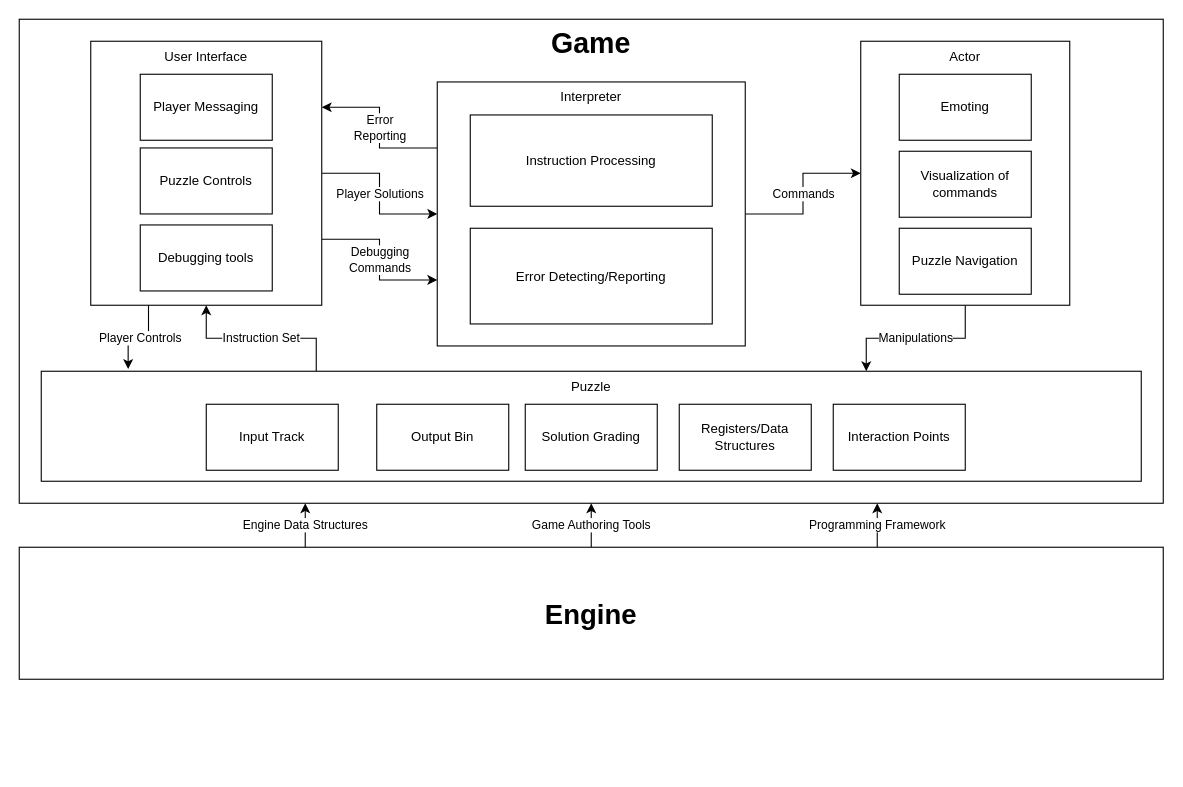
cop4934-fall19-group32/ComputronDocs keeps this draw.io diagram as figures/Diagrams/SystemDiagram.drawio. Above is the earlier version. Source tidied: cells renumbered, new cells numbered last; positions are measured from the earlier drawing's top-left corner, leaving out a move shared by most shapes. Both pictures are drawn from the tidied source at 110%, with x=0, y=0 at pixel (19, 19).
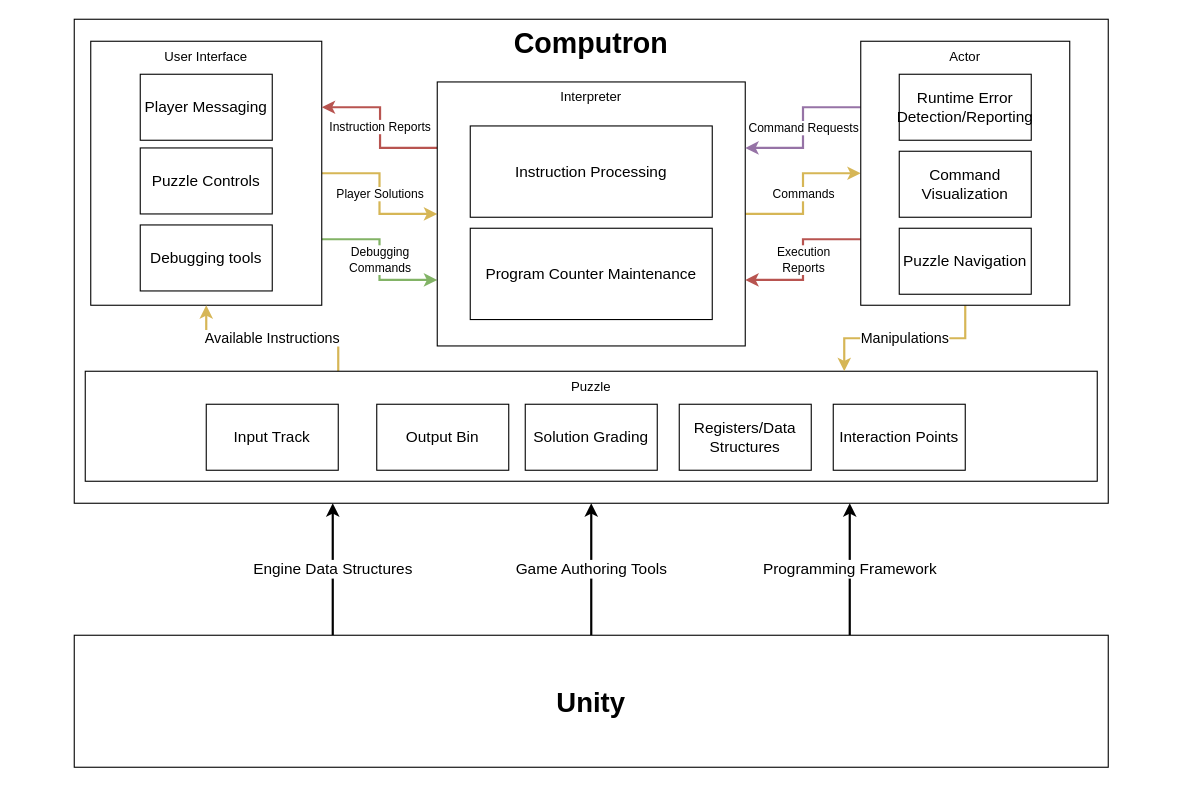
Above is the later version.

Commit message (it also covers changes not shown here):
Finish overall system diagram

Unchanged cells that the change refers to:
```xml
<mxCell id="10" value="User Interface" style="rounded=0;whiteSpace=wrap;html=1;shadow=0;comic=0;verticalAlign=top;" parent="1" vertex="1">
  <mxGeometry x="65" y="20" width="210" height="240" as="geometry" />
</mxCell>
<mxCell id="18" value="Interpreter" style="rounded=0;whiteSpace=wrap;html=1;shadow=0;comic=0;verticalAlign=top;" parent="1" vertex="1">
  <mxGeometry x="380" y="57" width="280" height="240" as="geometry" />
</mxCell>
<mxCell id="21" value="Actor" style="rounded=0;whiteSpace=wrap;html=1;shadow=0;comic=0;verticalAlign=top;" parent="1" vertex="1">
  <mxGeometry x="765" y="20" width="190" height="240" as="geometry" />
</mxCell>
```

Diff of the diagram source:
```diff
@@
-    <mxCell id="2" value="&lt;font style=&quot;font-size: 26px&quot;&gt;&lt;b&gt;Game&lt;/b&gt;&lt;/font&gt;" style="rounded=0;whiteSpace=wrap;html=1;shadow=0;verticalAlign=top;" parent="1" vertex="1">
-      <mxGeometry width="1040" height="440" as="geometry" />
+    <mxCell id="2" value="&lt;font style=&quot;font-size: 26px&quot;&gt;&lt;b&gt;Computron&lt;/b&gt;&lt;/font&gt;" style="rounded=0;whiteSpace=wrap;html=1;shadow=0;verticalAlign=top;" parent="1" vertex="1">
+      <mxGeometry x="50" width="940" height="440" as="geometry" />
     </mxCell>
-    <mxCell id="3" value="Engine Data Structures" style="edgeStyle=orthogonalEdgeStyle;rounded=0;jettySize=auto;html=1;exitX=0.25;exitY=0;exitDx=0;exitDy=0;entryX=0.25;entryY=1;entryDx=0;entryDy=0;" parent="1" edge="1" source="6" target="2">
+    <mxCell id="3" value="&lt;font style=&quot;font-size: 14px&quot;&gt;Engine Data Structures&lt;/font&gt;" style="edgeStyle=orthogonalEdgeStyle;rounded=0;jettySize=auto;html=1;exitX=0.25;exitY=0;exitDx=0;exitDy=0;entryX=0.25;entryY=1;entryDx=0;entryDy=0;strokeWidth=2;" parent="1" edge="1" source="6" target="2">
       <mxGeometry relative="1" as="geometry" />
     </mxCell>
-    <mxCell id="4" value="Programming Framework" style="edgeStyle=orthogonalEdgeStyle;rounded=0;jettySize=auto;html=1;exitX=0.75;exitY=0;exitDx=0;exitDy=0;entryX=0.75;entryY=1;entryDx=0;entryDy=0;" parent="1" edge="1" source="6" target="2">
+    <mxCell id="4" value="&lt;font style=&quot;font-size: 14px&quot;&gt;Programming Framework&lt;/font&gt;" style="edgeStyle=orthogonalEdgeStyle;rounded=0;jettySize=auto;html=1;exitX=0.75;exitY=0;exitDx=0;exitDy=0;entryX=0.75;entryY=1;entryDx=0;entryDy=0;strokeWidth=2;" parent="1" edge="1" source="6" target="2">
       <mxGeometry relative="1" as="geometry" />
     </mxCell>
-    <mxCell id="5" value="Game Authoring Tools" style="edgeStyle=orthogonalEdgeStyle;rounded=0;jettySize=auto;html=1;exitX=0.5;exitY=0;exitDx=0;exitDy=0;entryX=0.5;entryY=1;entryDx=0;entryDy=0;" parent="1" edge="1" source="6" target="2">
+    <mxCell id="5" value="&lt;font style=&quot;font-size: 14px&quot;&gt;Game Authoring Tools&lt;/font&gt;" style="edgeStyle=orthogonalEdgeStyle;rounded=0;jettySize=auto;html=1;exitX=0.5;exitY=0;exitDx=0;exitDy=0;entryX=0.5;entryY=1;entryDx=0;entryDy=0;strokeWidth=2;" parent="1" edge="1" source="6" target="2">
       <mxGeometry relative="1" as="geometry" />
     </mxCell>
-    <mxCell id="6" value="&lt;font style=&quot;font-size: 25px&quot;&gt;&lt;b&gt;Engine&lt;/b&gt;&lt;/font&gt;" style="rounded=0;whiteSpace=wrap;html=1;" parent="1" vertex="1">
-      <mxGeometry y="480" width="1040" height="120" as="geometry" />
+    <mxCell id="6" value="&lt;font style=&quot;font-size: 25px&quot;&gt;&lt;b&gt;Unity&lt;/b&gt;&lt;/font&gt;" style="rounded=0;whiteSpace=wrap;html=1;" parent="1" vertex="1">
+      <mxGeometry x="50" y="560" width="940" height="120" as="geometry" />
     </mxCell>
-    <mxCell id="7" value="Player Controls" style="edgeStyle=orthogonalEdgeStyle;rounded=0;jettySize=auto;html=1;exitX=0.25;exitY=1;exitDx=0;exitDy=0;entryX=0.079;entryY=-0.02;entryDx=0;entryDy=0;entryPerimeter=0;" parent="1" edge="1" source="10" target="15">
-      <mxGeometry relative="1" as="geometry" />
-    </mxCell>
-    <mxCell id="8" value="Player Solutions" style="edgeStyle=orthogonalEdgeStyle;rounded=0;jettySize=auto;html=1;exitX=1;exitY=0.5;exitDx=0;exitDy=0;" parent="1" edge="1" source="10" target="18">
+    <mxCell id="8" value="Player Solutions" style="edgeStyle=orthogonalEdgeStyle;rounded=0;jettySize=auto;html=1;exitX=1;exitY=0.5;exitDx=0;exitDy=0;fillColor=#fff2cc;strokeColor=#d6b656;strokeWidth=2;" parent="1" edge="1" source="10" target="18">
       <mxGeometry relative="1" as="geometry" />
     </mxCell>
-    <mxCell id="9" value="Debugging &lt;br&gt;Commands" style="edgeStyle=orthogonalEdgeStyle;rounded=0;jettySize=auto;html=1;exitX=1;exitY=0.75;exitDx=0;exitDy=0;entryX=0;entryY=0.75;entryDx=0;entryDy=0;" parent="1" edge="1" source="10" target="18">
+    <mxCell id="9" value="Debugging &lt;br&gt;Commands" style="edgeStyle=orthogonalEdgeStyle;rounded=0;jettySize=auto;html=1;exitX=1;exitY=0.75;exitDx=0;exitDy=0;entryX=0;entryY=0.75;entryDx=0;entryDy=0;fillColor=#d5e8d4;strokeColor=#82b366;strokeWidth=2;" parent="1" edge="1" source="10" target="18">
       <mxGeometry relative="1" as="geometry" />
     </mxCell>
@@
-    <mxCell id="11" value="Player Messaging" style="rounded=0;whiteSpace=wrap;html=1;shadow=0;comic=0;" parent="1" vertex="1">
+    <mxCell id="11" value="&lt;font style=&quot;font-size: 14px&quot;&gt;Player Messaging&lt;/font&gt;" style="rounded=0;whiteSpace=wrap;html=1;shadow=0;comic=0;" parent="1" vertex="1">
       <mxGeometry x="110" y="50" width="120" height="60" as="geometry" />
     </mxCell>
-    <mxCell id="12" value="Puzzle Controls" style="rounded=0;whiteSpace=wrap;html=1;shadow=0;comic=0;" parent="1" vertex="1">
+    <mxCell id="12" value="&lt;font style=&quot;font-size: 14px&quot;&gt;Puzzle Controls&lt;/font&gt;" style="rounded=0;whiteSpace=wrap;html=1;shadow=0;comic=0;" parent="1" vertex="1">
       <mxGeometry x="110" y="117" width="120" height="60" as="geometry" />
     </mxCell>
-    <mxCell id="13" value="Debugging tools" style="rounded=0;whiteSpace=wrap;html=1;shadow=0;comic=0;" parent="1" vertex="1">
+    <mxCell id="13" value="&lt;font style=&quot;font-size: 14px&quot;&gt;Debugging tools&lt;/font&gt;" style="rounded=0;whiteSpace=wrap;html=1;shadow=0;comic=0;" parent="1" vertex="1">
       <mxGeometry x="110" y="187" width="120" height="60" as="geometry" />
     </mxCell>
-    <mxCell id="14" value="Instruction Set" style="edgeStyle=orthogonalEdgeStyle;rounded=0;jettySize=auto;html=1;exitX=0.25;exitY=0;exitDx=0;exitDy=0;entryX=0.5;entryY=1;entryDx=0;entryDy=0;" parent="1" edge="1" source="15" target="10">
+    <mxCell id="14" value="&lt;font style=&quot;font-size: 13px&quot;&gt;Available Instructions&lt;/font&gt;" style="edgeStyle=orthogonalEdgeStyle;rounded=0;jettySize=auto;html=1;exitX=0.25;exitY=0;exitDx=0;exitDy=0;entryX=0.5;entryY=1;entryDx=0;entryDy=0;strokeWidth=2;fillColor=#fff2cc;strokeColor=#d6b656;" parent="1" edge="1" source="15" target="10">
       <mxGeometry relative="1" as="geometry" />
     </mxCell>
     <mxCell id="15" value="Puzzle" style="rounded=0;whiteSpace=wrap;html=1;shadow=0;comic=0;verticalAlign=top;" parent="1" vertex="1">
-      <mxGeometry x="20" y="320" width="1000" height="100" as="geometry" />
+      <mxGeometry x="60" y="320" width="920" height="100" as="geometry" />
     </mxCell>
-    <mxCell id="16" value="Error &lt;br&gt;Reporting" style="edgeStyle=orthogonalEdgeStyle;rounded=0;jettySize=auto;html=1;exitX=0;exitY=0.25;exitDx=0;exitDy=0;entryX=1;entryY=0.25;entryDx=0;entryDy=0;" parent="1" edge="1" source="18" target="10">
-      <mxGeometry relative="1" as="geometry" />
+    <mxCell id="16" value="Instruction Reports" style="edgeStyle=orthogonalEdgeStyle;rounded=0;jettySize=auto;html=1;exitX=0;exitY=0.25;exitDx=0;exitDy=0;entryX=1;entryY=0.25;entryDx=0;entryDy=0;fillColor=#f8cecc;strokeColor=#b85450;strokeWidth=2;" parent="1" edge="1" source="18" target="10">
+      <mxGeometry relative="1" as="geometry">
+        <Array as="points">
+          <mxPoint x="328" y="117" />
+          <mxPoint x="328" y="80" />
+        </Array>
+      </mxGeometry>
     </mxCell>
-    <mxCell id="17" value="Commands" style="edgeStyle=orthogonalEdgeStyle;rounded=0;jettySize=auto;html=1;exitX=1;exitY=0.5;exitDx=0;exitDy=0;entryX=0;entryY=0.5;entryDx=0;entryDy=0;" parent="1" edge="1" source="18" target="21">
+    <mxCell id="17" value="Commands" style="edgeStyle=orthogonalEdgeStyle;rounded=0;jettySize=auto;html=1;exitX=1;exitY=0.5;exitDx=0;exitDy=0;entryX=0;entryY=0.5;entryDx=0;entryDy=0;fillColor=#fff2cc;strokeColor=#d6b656;strokeWidth=2;" parent="1" edge="1" source="18" target="21">
       <mxGeometry relative="1" as="geometry" />
     </mxCell>
@@
-    <mxCell id="19" value="Instruction Processing" style="rounded=0;whiteSpace=wrap;html=1;shadow=0;comic=0;" parent="1" vertex="1">
-      <mxGeometry x="410" y="87" width="220" height="83" as="geometry" />
+    <mxCell id="19" value="&lt;font style=&quot;font-size: 14px&quot;&gt;Instruction Processing&lt;/font&gt;" style="rounded=0;whiteSpace=wrap;html=1;shadow=0;comic=0;" parent="1" vertex="1">
+      <mxGeometry x="410" y="97" width="220" height="83" as="geometry" />
     </mxCell>
-    <mxCell id="20" value="Manipulations" style="edgeStyle=orthogonalEdgeStyle;rounded=0;jettySize=auto;html=1;exitX=0.5;exitY=1;exitDx=0;exitDy=0;entryX=0.75;entryY=0;entryDx=0;entryDy=0;" parent="1" edge="1" source="21" target="15">
+    <mxCell id="20" value="&lt;font style=&quot;font-size: 13px&quot;&gt;Manipulations&lt;/font&gt;" style="edgeStyle=orthogonalEdgeStyle;rounded=0;jettySize=auto;html=1;exitX=0.5;exitY=1;exitDx=0;exitDy=0;entryX=0.75;entryY=0;entryDx=0;entryDy=0;fillColor=#fff2cc;strokeColor=#d6b656;strokeWidth=2;" parent="1" edge="1" source="21" target="15">
       <mxGeometry relative="1" as="geometry" />
     </mxCell>
+    <mxCell id="31" value="Command Requests" style="edgeStyle=orthogonalEdgeStyle;rounded=0;jettySize=auto;html=1;exitX=0;exitY=0.25;exitDx=0;exitDy=0;entryX=1;entryY=0.25;entryDx=0;entryDy=0;fillColor=#e1d5e7;strokeColor=#9673a6;strokeWidth=2;" parent="1" edge="1" source="21" target="18">
+      <mxGeometry relative="1" as="geometry" />
+    </mxCell>
+    <mxCell id="32" value="Execution &lt;br&gt;Reports" style="edgeStyle=orthogonalEdgeStyle;rounded=0;jettySize=auto;html=1;exitX=0;exitY=0.75;exitDx=0;exitDy=0;entryX=1;entryY=0.75;entryDx=0;entryDy=0;strokeWidth=2;fillColor=#f8cecc;strokeColor=#b85450;" parent="1" edge="1" source="21" target="18">
+      <mxGeometry relative="1" as="geometry" />
+    </mxCell>
@@
-    <mxCell id="22" value="Emoting" style="rounded=0;whiteSpace=wrap;html=1;shadow=0;comic=0;" parent="1" vertex="1">
+    <mxCell id="22" value="&lt;font style=&quot;font-size: 14px&quot;&gt;Runtime Error Detection/Reporting&lt;/font&gt;" style="rounded=0;whiteSpace=wrap;html=1;shadow=0;comic=0;" parent="1" vertex="1">
       <mxGeometry x="800" y="50" width="120" height="60" as="geometry" />
     </mxCell>
-    <mxCell id="23" value="Visualization of commands" style="rounded=0;whiteSpace=wrap;html=1;shadow=0;comic=0;" parent="1" vertex="1">
+    <mxCell id="23" value="&lt;font style=&quot;font-size: 14px&quot;&gt;Command Visualization&lt;/font&gt;" style="rounded=0;whiteSpace=wrap;html=1;shadow=0;comic=0;" parent="1" vertex="1">
       <mxGeometry x="800" y="120" width="120" height="60" as="geometry" />
     </mxCell>
-    <mxCell id="24" value="Input Track" style="rounded=0;whiteSpace=wrap;html=1;shadow=0;comic=0;" parent="1" vertex="1">
+    <mxCell id="24" value="&lt;font style=&quot;font-size: 14px&quot;&gt;Input Track&lt;/font&gt;" style="rounded=0;whiteSpace=wrap;html=1;shadow=0;comic=0;" parent="1" vertex="1">
       <mxGeometry x="170" y="350" width="120" height="60" as="geometry" />
     </mxCell>
-    <mxCell id="25" value="Output Bin" style="rounded=0;whiteSpace=wrap;html=1;shadow=0;comic=0;" parent="1" vertex="1">
+    <mxCell id="25" value="&lt;font style=&quot;font-size: 14px&quot;&gt;Output Bin&lt;/font&gt;" style="rounded=0;whiteSpace=wrap;html=1;shadow=0;comic=0;" parent="1" vertex="1">
       <mxGeometry x="325" y="350" width="120" height="60" as="geometry" />
     </mxCell>
-    <mxCell id="26" value="Solution Grading" style="rounded=0;whiteSpace=wrap;html=1;shadow=0;comic=0;" parent="1" vertex="1">
+    <mxCell id="26" value="&lt;font style=&quot;font-size: 14px&quot;&gt;Solution Grading&lt;/font&gt;" style="rounded=0;whiteSpace=wrap;html=1;shadow=0;comic=0;" parent="1" vertex="1">
       <mxGeometry x="460" y="350" width="120" height="60" as="geometry" />
     </mxCell>
-    <mxCell id="27" value="Registers/Data Structures" style="rounded=0;whiteSpace=wrap;html=1;shadow=0;comic=0;" parent="1" vertex="1">
+    <mxCell id="27" value="&lt;font style=&quot;font-size: 14px&quot;&gt;Registers/Data Structures&lt;/font&gt;" style="rounded=0;whiteSpace=wrap;html=1;shadow=0;comic=0;" parent="1" vertex="1">
       <mxGeometry x="600" y="350" width="120" height="60" as="geometry" />
     </mxCell>
-    <mxCell id="28" value="Interaction Points" style="rounded=0;whiteSpace=wrap;html=1;shadow=0;comic=0;" parent="1" vertex="1">
+    <mxCell id="28" value="&lt;font style=&quot;font-size: 14px&quot;&gt;Interaction Points&lt;/font&gt;" style="rounded=0;whiteSpace=wrap;html=1;shadow=0;comic=0;" parent="1" vertex="1">
       <mxGeometry x="740" y="350" width="120" height="60" as="geometry" />
     </mxCell>
-    <mxCell id="29" value="Puzzle Navigation" style="rounded=0;whiteSpace=wrap;html=1;shadow=0;comic=0;" parent="1" vertex="1">
+    <mxCell id="29" value="&lt;font style=&quot;font-size: 14px&quot;&gt;Puzzle Navigation&lt;/font&gt;" style="rounded=0;whiteSpace=wrap;html=1;shadow=0;comic=0;" parent="1" vertex="1">
       <mxGeometry x="800" y="190" width="120" height="60" as="geometry" />
     </mxCell>
-    <mxCell id="30" value="Error Detecting/Reporting" style="rounded=0;whiteSpace=wrap;html=1;shadow=0;comic=0;" parent="1" vertex="1">
-      <mxGeometry x="410" y="190" width="220" height="87" as="geometry" />
-    </mxCell>
+    <mxCell id="33" value="&lt;font style=&quot;font-size: 14px&quot;&gt;Program Counter Maintenance&lt;/font&gt;" style="rounded=0;whiteSpace=wrap;html=1;shadow=0;comic=0;" parent="1" vertex="1">
+      <mxGeometry x="410" y="190" width="220" height="83" as="geometry" />
+    </mxCell>
```
